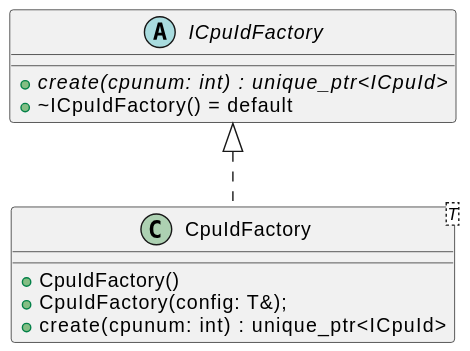
Above: docs/out/diagrams/cpuid_factory/ICpuIdFactory.svg in jcurl/devc-cpuid (PlantUML), before the change. Source of this version:
```plantuml
@startuml ICpuIdFactory

abstract class ICpuIdFactory {
    +{abstract} create(cpunum: int) : unique_ptr<ICpuId>
    +~ICpuIdFactory() = default
}

class CpuIdFactory<T> {
    +CpuIdFactory()
    +CpuIdFactory(config: T&);
    +create(cpunum: int) : unique_ptr<ICpuId>
}

ICpuIdFactory <|.d. CpuIdFactory

@enduml
```
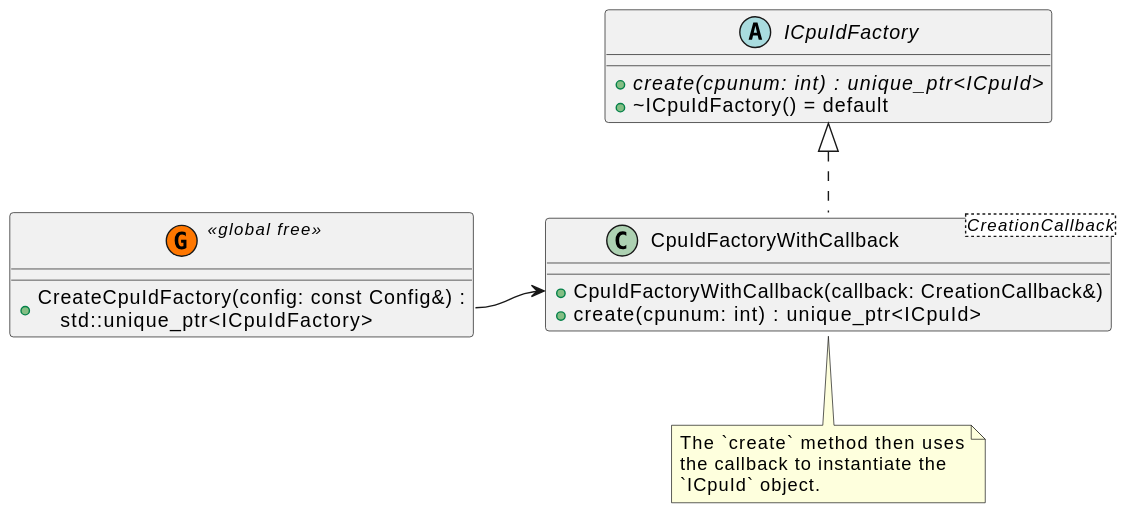
After the change.

Commit message:
CpuIdFactory: Update design documentation and rationale

What changed in the source:
```diff
@@ -5,12 +5,22 @@
     +~ICpuIdFactory() = default
 }
 
-class CpuIdFactory<T> {
-    +CpuIdFactory()
-    +CpuIdFactory(config: T&);
+class " " as Global <<(G,#FF7700) global free>> {
+    +CreateCpuIdFactory(config: const Config&) :\n    std::unique_ptr<ICpuIdFactory>
+}
+
+class CpuIdFactoryWithCallback<CreationCallback> {
+    +CpuIdFactoryWithCallback(callback: CreationCallback&)
     +create(cpunum: int) : unique_ptr<ICpuId>
 }
+note bottom
+    The `create` method then uses
+    the callback to instantiate the
+    `ICpuId` object.
+end note
 
-ICpuIdFactory <|.d. CpuIdFactory
+ICpuIdFactory <|.d. CpuIdFactoryWithCallback
+
+Global::CreateCpuIdFactory -r-> CpuIdFactoryWithCallback::CpuIdFactoryWithCallback
 
 @enduml
```
